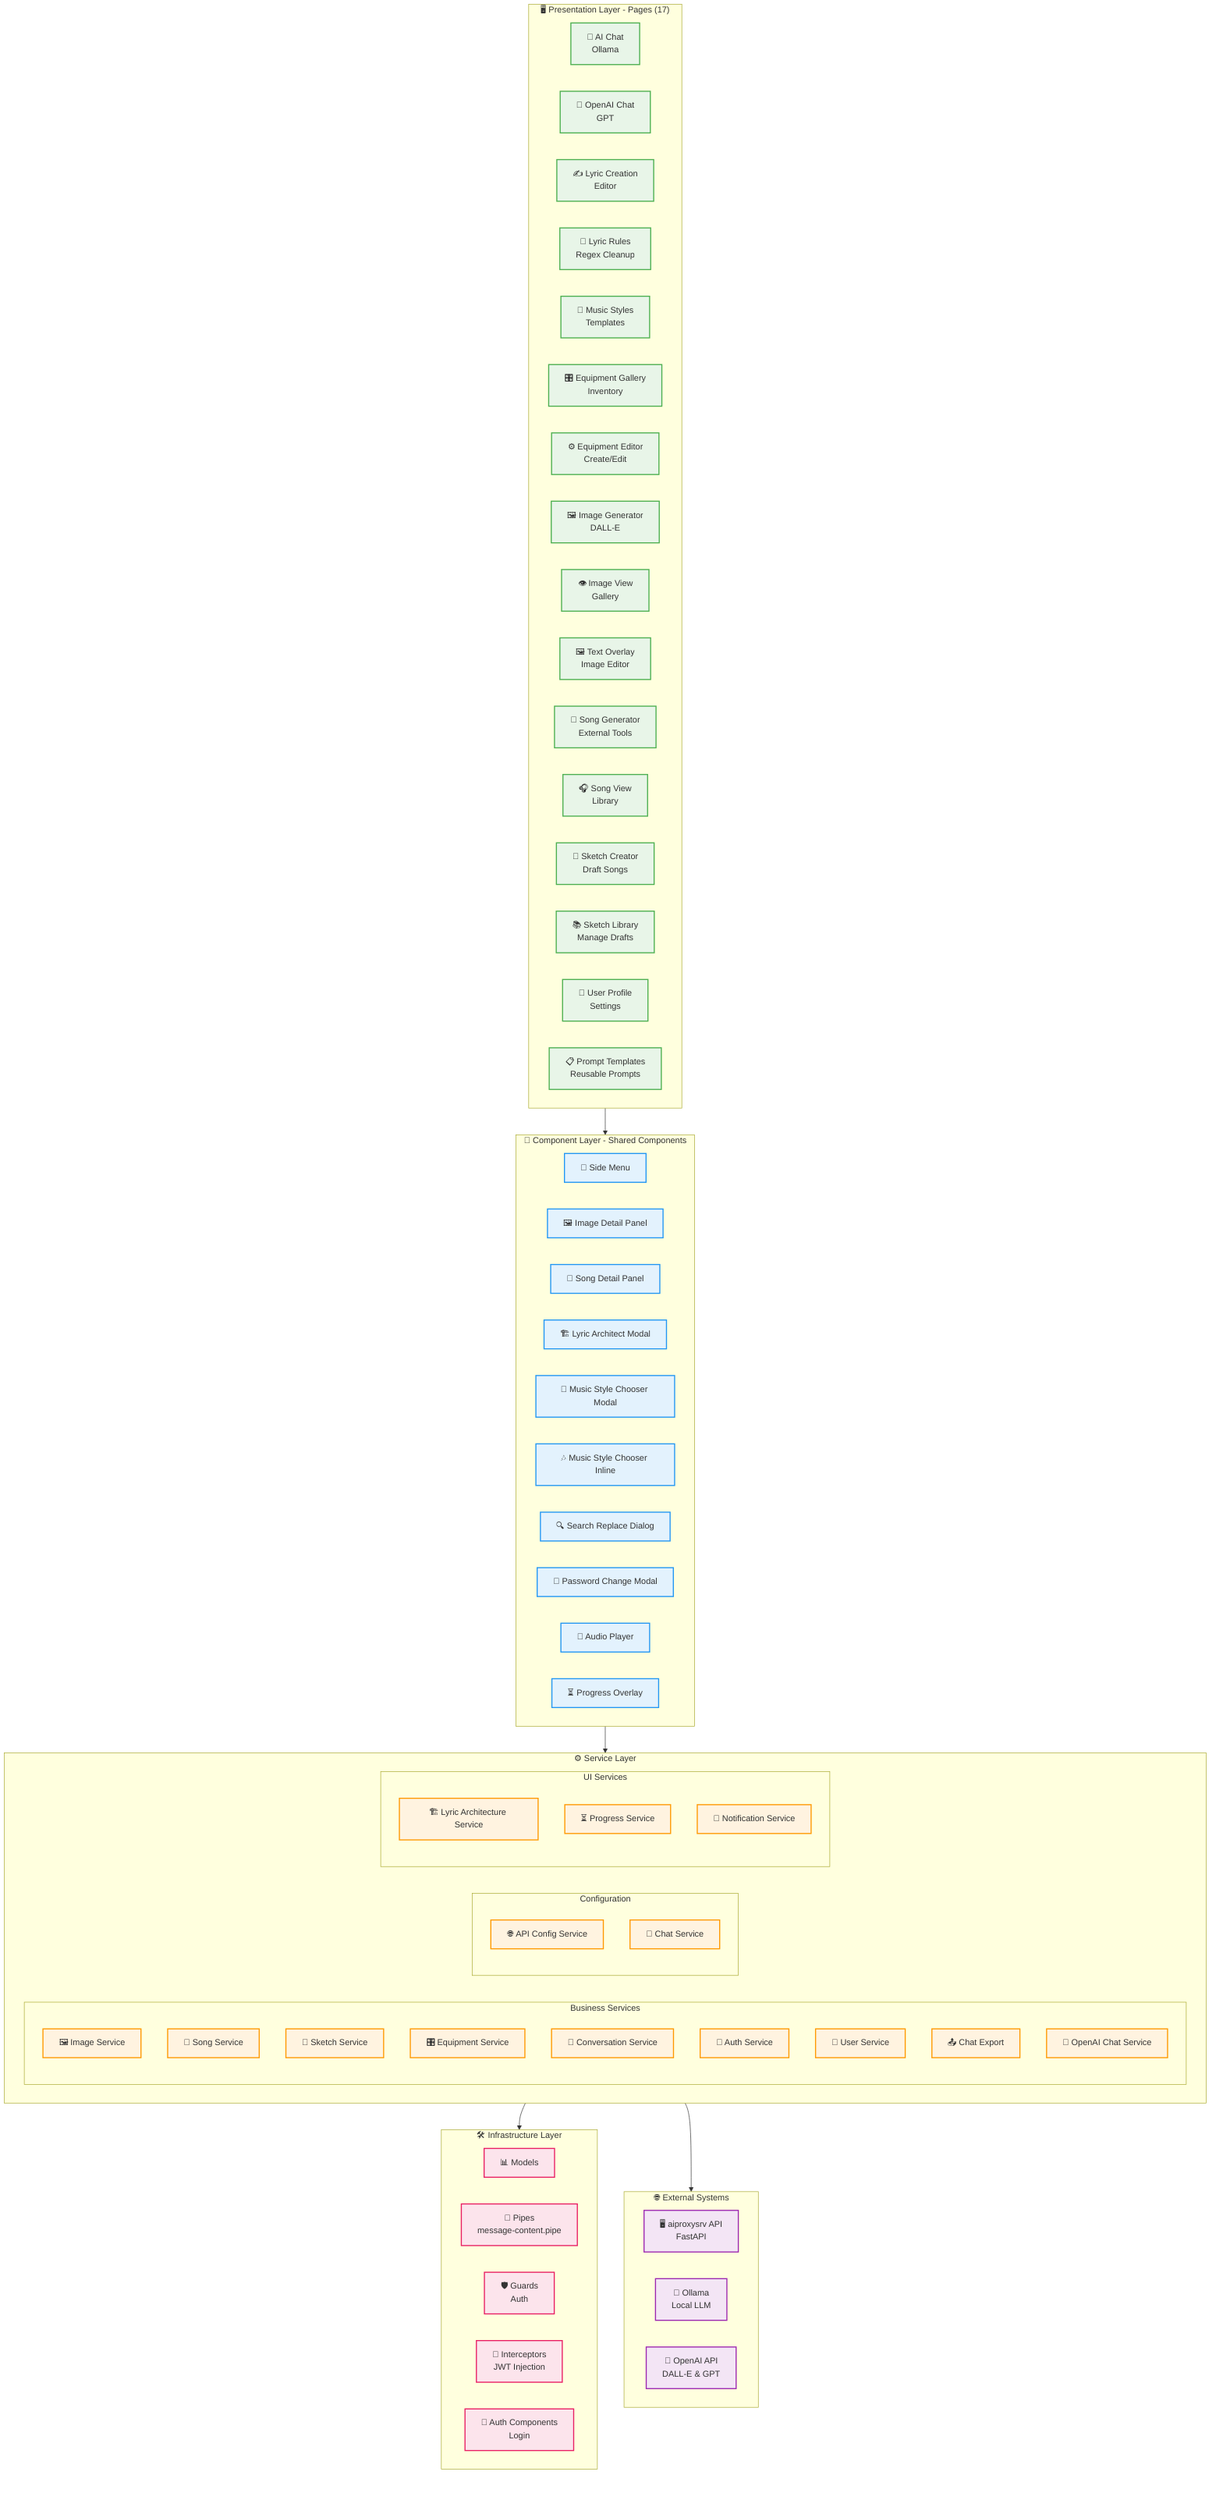
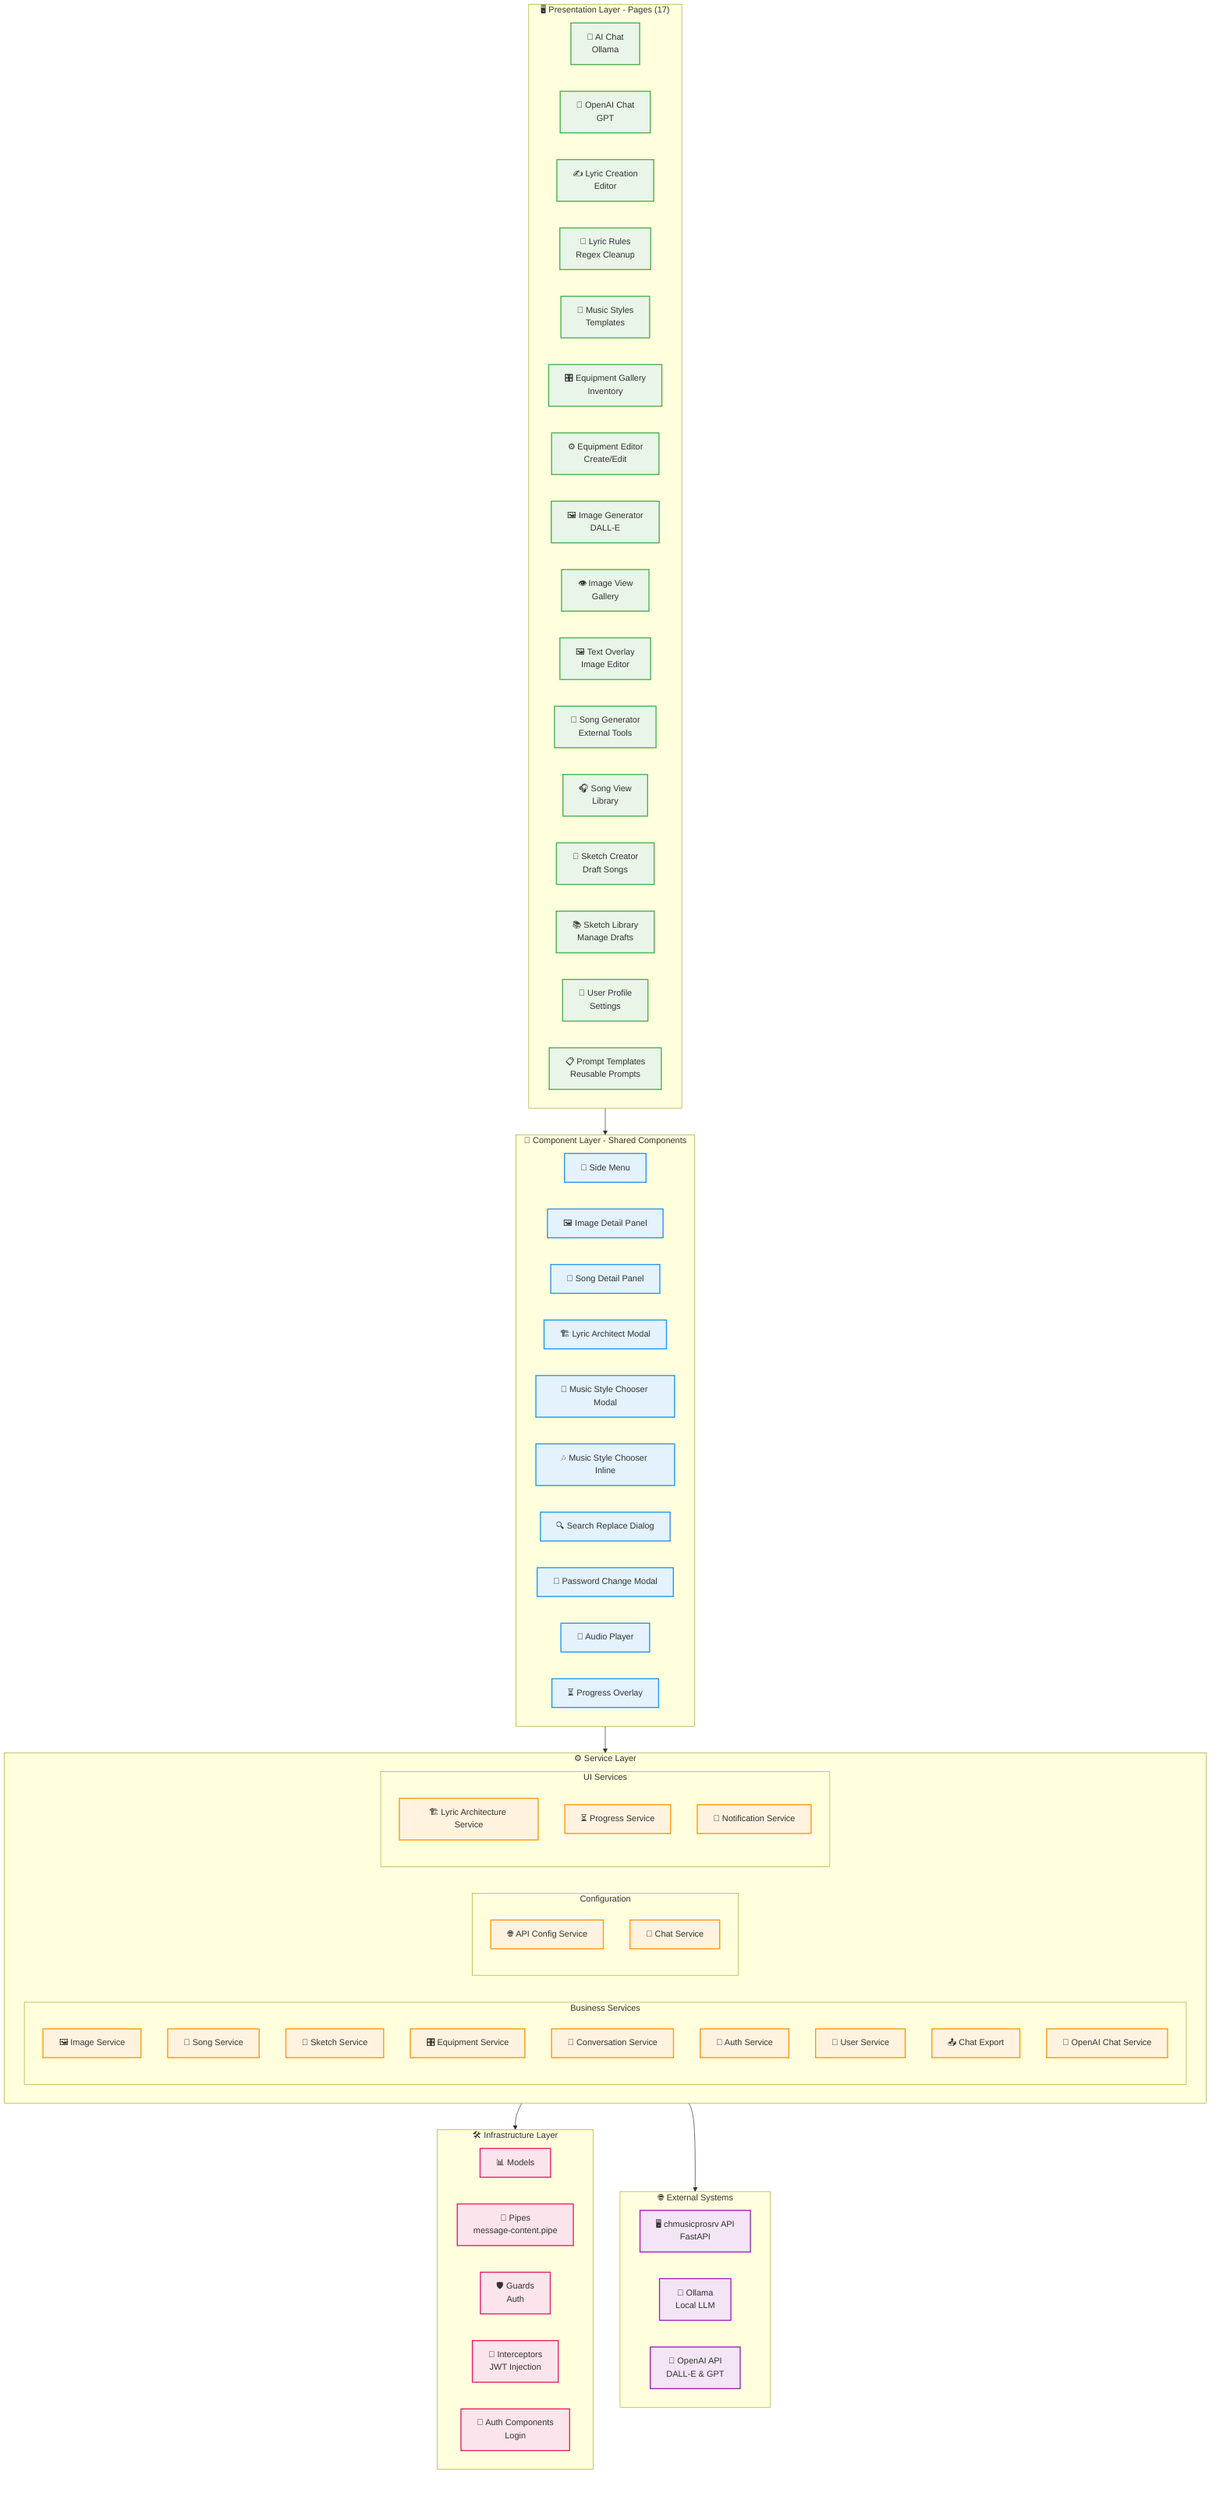
flowchart TB
    subgraph PRESENTATION["🖥️ Presentation Layer - Pages (17)"]
        direction LR
        AI_CHAT[💬 AI Chat<br/>Ollama]
        OPENAI_CHAT[🤖 OpenAI Chat<br/>GPT]
        LYRIC_CREATION[✍️ Lyric Creation<br/>Editor]
        LYRIC_RULES[📜 Lyric Rules<br/>Regex Cleanup]
        MUSIC_STYLES[🎼 Music Styles<br/>Templates]
        EQUIPMENT_GALLERY[🎛️ Equipment Gallery<br/>Inventory]
        EQUIPMENT_EDITOR[⚙️ Equipment Editor<br/>Create/Edit]
        IMG_GEN[🖼️ Image Generator<br/>DALL-E]
        IMG_VIEW[👁️ Image View<br/>Gallery]
        TEXT_OVERLAY[🖼️ Text Overlay<br/>Image Editor]
        SONG_GEN[🎵 Song Generator<br/>External Tools]
        SONG_VIEW[🎧 Song View<br/>Library]
        SKETCH_CREATOR[📝 Sketch Creator<br/>Draft Songs]
        SKETCH_LIBRARY[📚 Sketch Library<br/>Manage Drafts]
        USER_PROFILE[👤 User Profile<br/>Settings]
        PROMPT_TEMPLATES[📋 Prompt Templates<br/>Reusable Prompts]
    end

    subgraph COMPONENT["🧩 Component Layer - Shared Components"]
        direction LR
        SIDE_MENU[🍔 Side Menu]
        IMAGE_DETAIL[🖼️ Image Detail Panel]
        SONG_DETAIL[🎵 Song Detail Panel]
        LYRIC_ARCHITECT[🏗️ Lyric Architect Modal]
        MUSIC_CHOOSER_MODAL[🎼 Music Style Chooser Modal]
        MUSIC_CHOOSER_INLINE[🎶 Music Style Chooser Inline]
        SEARCH_REPLACE[🔍 Search Replace Dialog]
        PASSWORD_MODAL[🔐 Password Change Modal]
        AUDIO_PLAYER[🎵 Audio Player]
        PROGRESS[⏳ Progress Overlay]
    end

    subgraph SERVICE["⚙️ Service Layer"]
        direction LR
        subgraph BUSINESS["Business Services"]
            IMG_SVC[🖼️ Image Service]
            SONG_SVC[🎵 Song Service]
            SKETCH_SVC[📝 Sketch Service]
            EQUIPMENT_SVC[🎛️ Equipment Service]
            CONV_SVC[💬 Conversation Service]
            AUTH_SVC[🔐 Auth Service]
            USER_SVC[👤 User Service]
            CHAT_EXPORT[📤 Chat Export]
            OPENAI_SVC[🤖 OpenAI Chat Service]
        end
        subgraph CONFIG["Configuration"]
            API_CONFIG[🌐 API Config Service]
            CHAT_SVC[💬 Chat Service]
        end
        subgraph UI_SERVICES["UI Services"]
            LYRIC_ARCH_SVC[🏗️ Lyric Architecture Service]
            PROGRESS_SVC[⏳ Progress Service]
            NOTIFY_SVC[🔔 Notification Service]
        end
    end

    subgraph INFRASTRUCTURE["🛠️ Infrastructure Layer"]
        direction LR
        MODELS[📊 Models]
        PIPES[🔄 Pipes<br/>message-content.pipe]
        GUARDS[🛡️ Guards<br/>Auth]
        INTERCEPTORS[🔗 Interceptors<br/>JWT Injection]
        AUTH[🔐 Auth Components<br/>Login]
    end

    subgraph EXTERNAL["🌐 External Systems"]
        direction LR
-         BACKEND[🖥️ aiproxysrv API<br/>FastAPI]
+         BACKEND[🖥️ chmusicprosrv API<br/>FastAPI]
        OLLAMA[🦙 Ollama<br/>Local LLM]
        OPENAI_API[🤖 OpenAI API<br/>DALL-E & GPT]
    end

    %% Layer Dependencies
    PRESENTATION --> COMPONENT
    COMPONENT --> SERVICE
    SERVICE --> INFRASTRUCTURE
    SERVICE --> EXTERNAL

    %% Styling
    classDef presentationStyle fill:#E8F5E8,stroke:#4CAF50,stroke-width:2px
    classDef componentStyle fill:#E3F2FD,stroke:#2196F3,stroke-width:2px
    classDef serviceStyle fill:#FFF3E0,stroke:#FF9800,stroke-width:2px
    classDef infrastructureStyle fill:#FCE4EC,stroke:#E91E63,stroke-width:2px
    classDef externalStyle fill:#F3E5F5,stroke:#9C27B0,stroke-width:2px

    class AI_CHAT,OPENAI_CHAT,LYRIC_CREATION,LYRIC_RULES,MUSIC_STYLES,EQUIPMENT_GALLERY,EQUIPMENT_EDITOR,IMG_GEN,IMG_VIEW,TEXT_OVERLAY,SONG_GEN,SONG_VIEW,SKETCH_CREATOR,SKETCH_LIBRARY,USER_PROFILE,PROMPT_TEMPLATES presentationStyle
    class SIDE_MENU,IMAGE_DETAIL,SONG_DETAIL,LYRIC_ARCHITECT,MUSIC_CHOOSER_MODAL,MUSIC_CHOOSER_INLINE,SEARCH_REPLACE,PASSWORD_MODAL,AUDIO_PLAYER,PROGRESS componentStyle
    class IMG_SVC,SONG_SVC,SKETCH_SVC,EQUIPMENT_SVC,CONV_SVC,AUTH_SVC,USER_SVC,CHAT_EXPORT,OPENAI_SVC,API_CONFIG,CHAT_SVC,LYRIC_ARCH_SVC,PROGRESS_SVC,NOTIFY_SVC serviceStyle
    class MODELS,PIPES,GUARDS,INTERCEPTORS,AUTH infrastructureStyle
    class BACKEND,OLLAMA,OPENAI_API externalStyle
